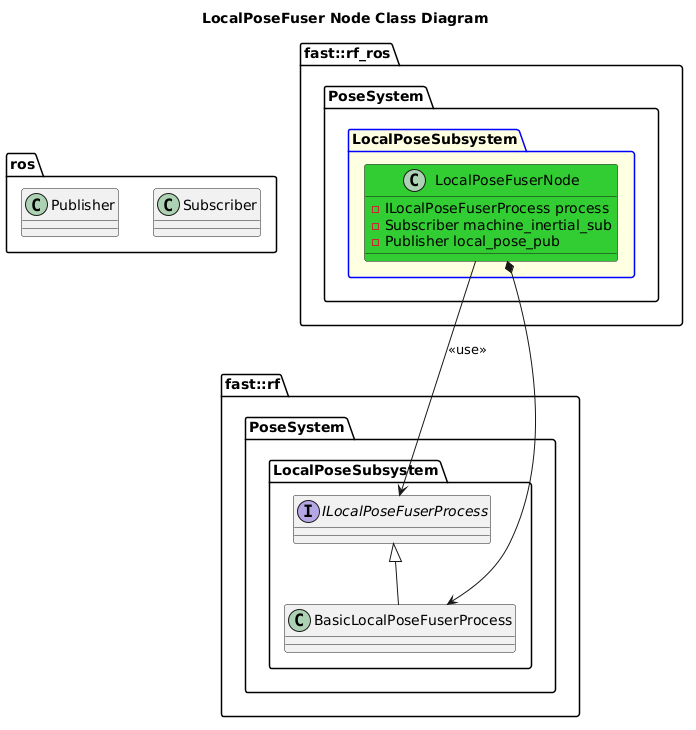
Earlier version of the PlantUML export Systems/Pose/Subsystems/LocalPose/Nodes/LocalPoseFuser/doc/puml/LocalPoseFuserNodeClassDiagram.png (fastrobotics/robot_framework_ros).
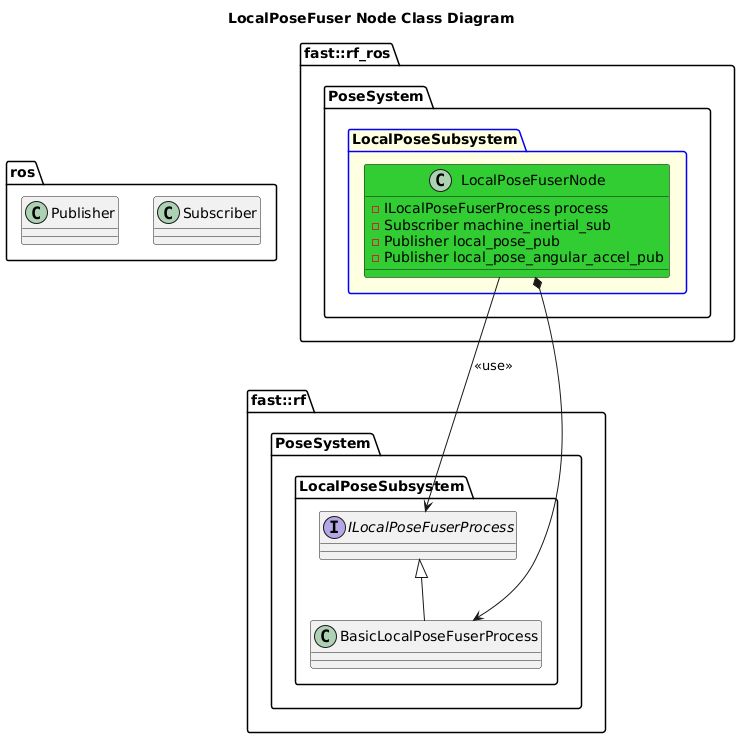
The same diagram one commit later.

What changed in the source:
```diff
@@ -21,6 +21,7 @@
                 -ILocalPoseFuserProcess process
                 -Subscriber machine_inertial_sub
                 -Publisher local_pose_pub
+                -Publisher local_pose_angular_accel_pub
             }
             LocalPoseFuserNode --> ILocalPoseFuserProcess: <<use>>
             LocalPoseFuserNode *--> BasicLocalPoseFuserProcess
```
